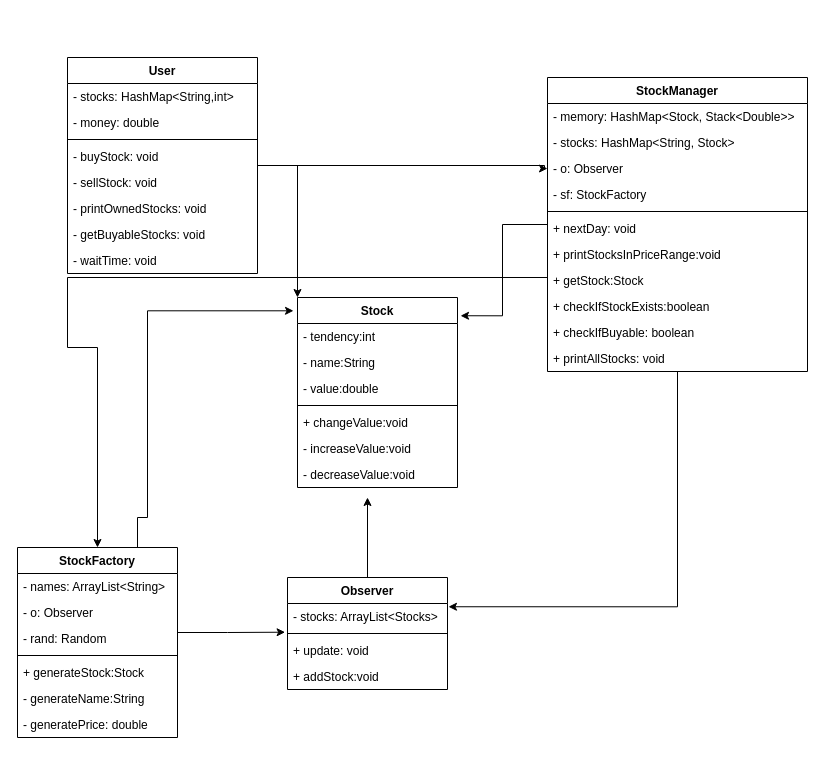
This is classDiagram.drawio from EnderDark1010/StockExchange, a draw.io file, before an edit. Source tidied: cells renumbered, new cells numbered last; positions are measured from the earlier drawing's top-left corner, leaving out a move shared by most shapes. Both pictures are drawn from the tidied source at 100%, with x=0, y=0 at pixel (17, 57).
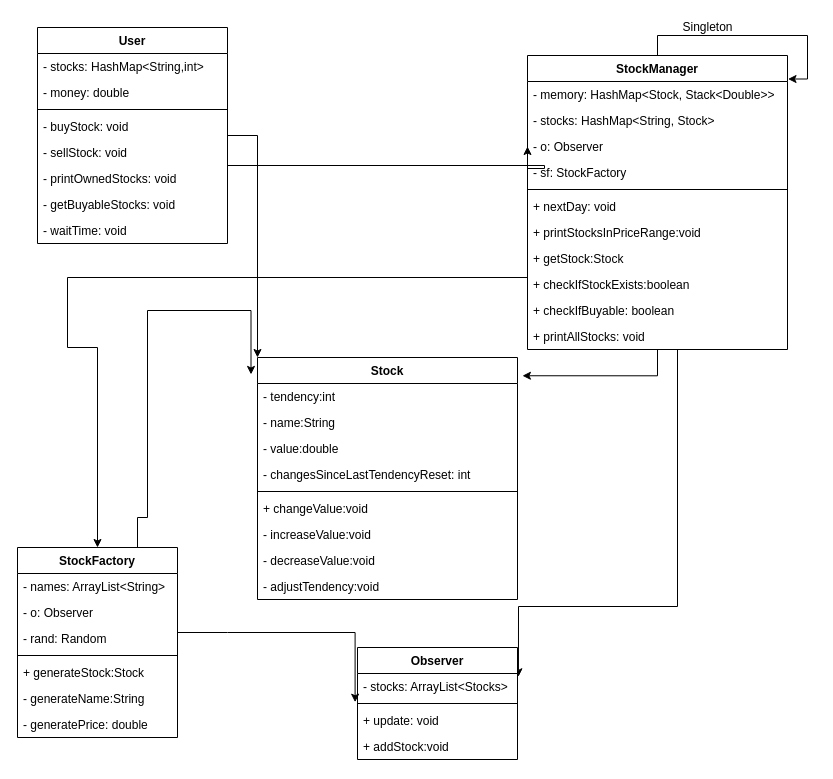
The same page after the edit.

Diff of the diagram source:
```diff
@@
     <mxCell id="4" value="User" style="swimlane;fontStyle=1;align=center;verticalAlign=top;horizontal=1;startSize=26;" parent="1" vertex="1">
-      <mxGeometry x="50" width="190" height="216" as="geometry" />
+      <mxGeometry x="20" y="-30" width="190" height="216" as="geometry" />
     </mxCell>
@@
     <mxCell id="16" value="StockManager" style="swimlane;fontStyle=1;align=center;verticalAlign=top;horizontal=1;startSize=26;" parent="1" vertex="1">
-      <mxGeometry x="530" y="20" width="260" height="294" as="geometry" />
+      <mxGeometry x="510" y="-2" width="260" height="294" as="geometry" />
     </mxCell>
@@
-    <mxCell id="28" style="edgeStyle=orthogonalEdgeStyle;rounded=0;jettySize=auto;html=1;" parent="1" edge="1" source="29">
-      <mxGeometry relative="1" as="geometry">
-        <mxPoint x="350" y="440" as="targetPoint" />
-      </mxGeometry>
-    </mxCell>
     <mxCell id="29" value="Observer" style="swimlane;fontStyle=1;align=center;verticalAlign=top;horizontal=1;startSize=26;" parent="1" vertex="1">
-      <mxGeometry x="270" y="520" width="160" height="112" as="geometry" />
+      <mxGeometry x="340" y="590" width="160" height="112" as="geometry" />
     </mxCell>
@@
     <mxCell id="44" value="Stock" style="swimlane;fontStyle=1;align=center;verticalAlign=top;horizontal=1;startSize=26;" parent="1" vertex="1">
-      <mxGeometry x="280" y="240" width="160" height="190" as="geometry" />
+      <mxGeometry x="240" y="300" width="260" height="242" as="geometry" />
     </mxCell>
     <mxCell id="45" value="- tendency:int" style="text;strokeColor=none;fillColor=none;align=left;verticalAlign=top;spacingLeft=4;spacingRight=4;overflow=hidden;points=[[0,0.5],[1,0.5]];portConstraint=eastwest;" parent="44" vertex="1">
-      <mxGeometry y="26" width="160" height="26" as="geometry" />
+      <mxGeometry y="26" width="260" height="26" as="geometry" />
     </mxCell>
     <mxCell id="46" value="- name:String" style="text;strokeColor=none;fillColor=none;align=left;verticalAlign=top;spacingLeft=4;spacingRight=4;overflow=hidden;" parent="44" vertex="1">
-      <mxGeometry y="52" width="160" height="26" as="geometry" />
+      <mxGeometry y="52" width="260" height="26" as="geometry" />
     </mxCell>
     <mxCell id="47" value="- value:double" style="text;strokeColor=none;fillColor=none;align=left;verticalAlign=top;spacingLeft=4;spacingRight=4;overflow=hidden;" parent="44" vertex="1">
-      <mxGeometry y="78" width="160" height="26" as="geometry" />
+      <mxGeometry y="78" width="260" height="26" as="geometry" />
     </mxCell>
+    <mxCell id="52" value="- changesSinceLastTendencyReset: int" style="text;strokeColor=none;fillColor=none;align=left;verticalAlign=top;spacingLeft=4;spacingRight=4;overflow=hidden;" parent="44" vertex="1">
+      <mxGeometry y="104" width="260" height="26" as="geometry" />
+    </mxCell>
     <mxCell id="48" style="line;strokeWidth=1;fillColor=none;align=left;verticalAlign=middle;spacingTop=-1;spacingLeft=3;spacingRight=3;labelPosition=right;" parent="44" vertex="1">
-      <mxGeometry y="104" width="160" height="8" as="geometry" />
+      <mxGeometry y="130" width="260" height="8" as="geometry" />
     </mxCell>
     <mxCell id="49" value="+ changeValue:void" style="text;strokeColor=none;fillColor=none;align=left;verticalAlign=top;spacingLeft=4;spacingRight=4;overflow=hidden;" parent="44" vertex="1">
-      <mxGeometry y="112" width="160" height="26" as="geometry" />
+      <mxGeometry y="138" width="260" height="26" as="geometry" />
     </mxCell>
     <mxCell id="50" value="- increaseValue:void" style="text;strokeColor=none;fillColor=none;align=left;verticalAlign=top;spacingLeft=4;spacingRight=4;overflow=hidden;" parent="44" vertex="1">
-      <mxGeometry y="138" width="160" height="26" as="geometry" />
+      <mxGeometry y="164" width="260" height="26" as="geometry" />
     </mxCell>
     <mxCell id="51" value="- decreaseValue:void" style="text;strokeColor=none;fillColor=none;align=left;verticalAlign=top;spacingLeft=4;spacingRight=4;overflow=hidden;" parent="44" vertex="1">
-      <mxGeometry y="164" width="160" height="26" as="geometry" />
+      <mxGeometry y="190" width="260" height="26" as="geometry" />
     </mxCell>
+    <mxCell id="53" value="- adjustTendency:void" style="text;strokeColor=none;fillColor=none;align=left;verticalAlign=top;spacingLeft=4;spacingRight=4;overflow=hidden;" parent="44" vertex="1">
+      <mxGeometry y="216" width="260" height="26" as="geometry" />
+    </mxCell>
+    <mxCell id="54" style="edgeStyle=orthogonalEdgeStyle;rounded=0;orthogonalLoop=1;jettySize=auto;html=1;entryX=1.002;entryY=0.08;entryDx=0;entryDy=0;entryPerimeter=0;" parent="1" edge="1" source="16" target="16">
+      <mxGeometry relative="1" as="geometry" />
+    </mxCell>
+    <mxCell id="55" value="Singleton" style="text;html=1;align=center;verticalAlign=middle;strokeColor=none;fillColor=none;" parent="1" vertex="1">
+      <mxGeometry x="655" y="-40" width="70" height="20" as="geometry" />
+    </mxCell>
```
